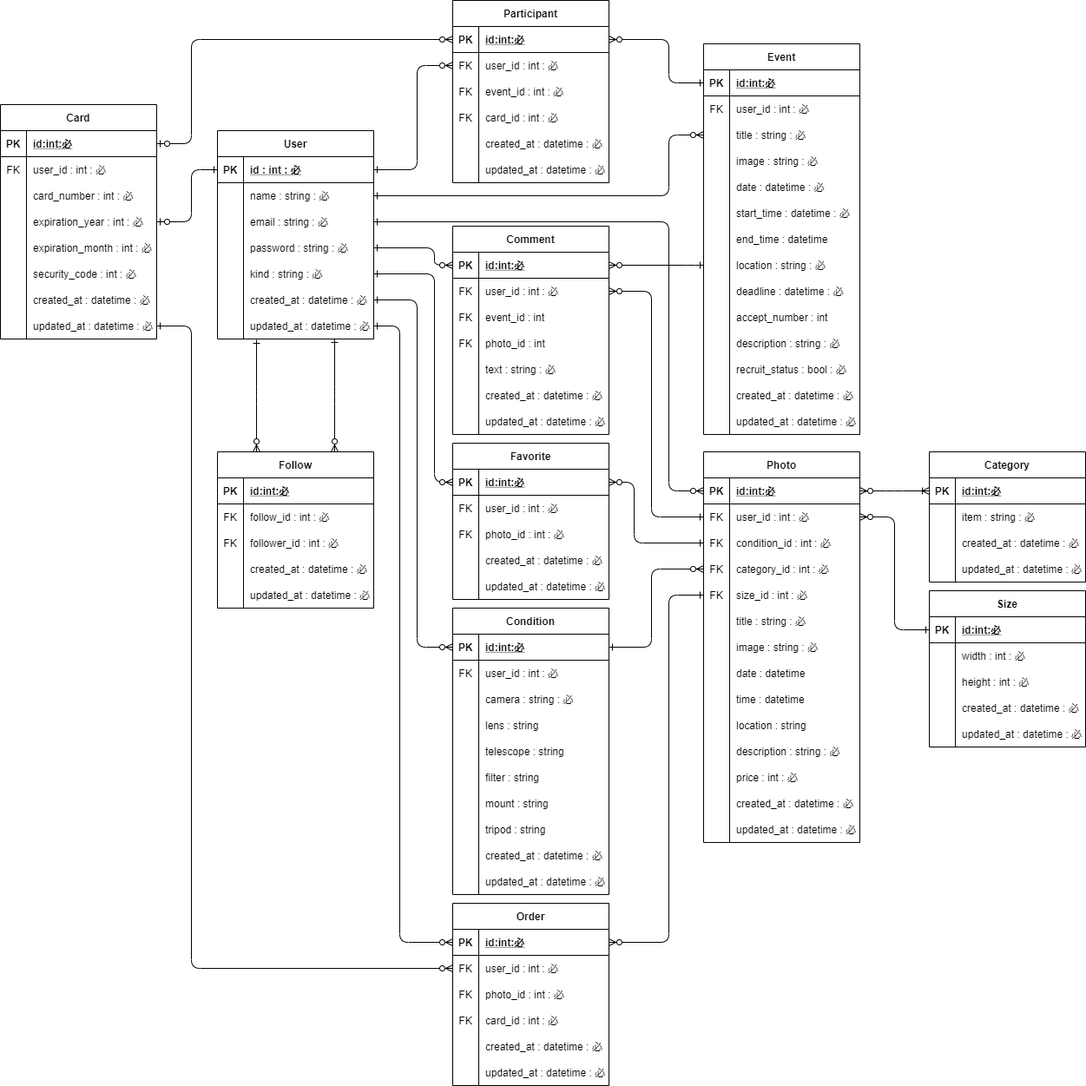
This is outline/ERchart.png from UtaSuzuki/astrogram, a draw.io export, as it was before one commit. Source tidied: cells renumbered, new cells last; positions are measured from the earlier drawing's top-left corner, leaving out a move shared by most shapes.
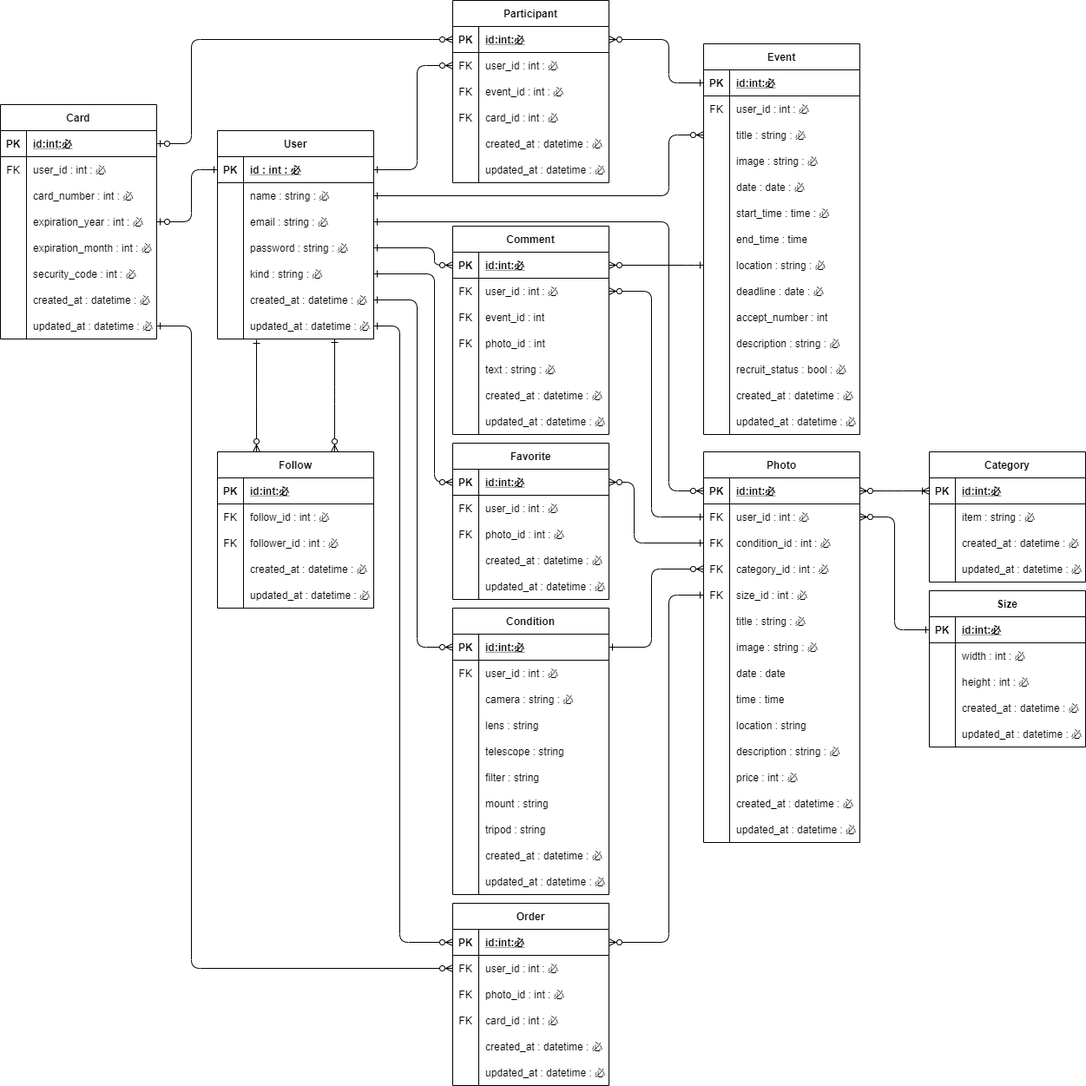
Above is the later version.

What changed in the source:
```diff
@@ -206,7 +206,7 @@
     <mxCell id="69" style="shape=partialRectangle;fillColor=none;top=0;left=0;bottom=0;right=0;overflow=hidden;" parent="68" vertex="1">
       <mxGeometry width="30" height="30" as="geometry" />
     </mxCell>
-    <mxCell id="70" value="date : datetime : 必" style="shape=partialRectangle;fillColor=none;top=0;left=0;bottom=0;right=0;align=left;spacingLeft=6;overflow=hidden;" parent="68" vertex="1">
+    <mxCell id="70" value="date : date : 必" style="shape=partialRectangle;fillColor=none;top=0;left=0;bottom=0;right=0;align=left;spacingLeft=6;overflow=hidden;" parent="68" vertex="1">
       <mxGeometry x="30" width="150" height="30" as="geometry" />
     </mxCell>
     <mxCell id="71" style="shape=partialRectangle;fillColor=none;top=0;left=0;bottom=0;right=0;" parent="55" vertex="1">
@@ -215,7 +215,7 @@
     <mxCell id="72" style="shape=partialRectangle;fillColor=none;top=0;left=0;bottom=0;right=0;overflow=hidden;" parent="71" vertex="1">
       <mxGeometry width="30" height="30" as="geometry" />
     </mxCell>
-    <mxCell id="73" value="start_time : datetime : 必" style="shape=partialRectangle;fillColor=none;top=0;left=0;bottom=0;right=0;align=left;spacingLeft=6;overflow=hidden;" parent="71" vertex="1">
+    <mxCell id="73" value="start_time : time : 必" style="shape=partialRectangle;fillColor=none;top=0;left=0;bottom=0;right=0;align=left;spacingLeft=6;overflow=hidden;" parent="71" vertex="1">
       <mxGeometry x="30" width="150" height="30" as="geometry" />
     </mxCell>
     <mxCell id="74" style="shape=partialRectangle;fillColor=none;top=0;left=0;bottom=0;right=0;" parent="55" vertex="1">
@@ -224,7 +224,7 @@
     <mxCell id="75" style="shape=partialRectangle;fillColor=none;top=0;left=0;bottom=0;right=0;overflow=hidden;" parent="74" vertex="1">
       <mxGeometry width="30" height="30" as="geometry" />
     </mxCell>
-    <mxCell id="76" value="end_time : datetime" style="shape=partialRectangle;fillColor=none;top=0;left=0;bottom=0;right=0;align=left;spacingLeft=6;overflow=hidden;" parent="74" vertex="1">
+    <mxCell id="76" value="end_time : time" style="shape=partialRectangle;fillColor=none;top=0;left=0;bottom=0;right=0;align=left;spacingLeft=6;overflow=hidden;" parent="74" vertex="1">
       <mxGeometry x="30" width="150" height="30" as="geometry" />
     </mxCell>
     <mxCell id="77" style="shape=partialRectangle;fillColor=none;top=0;left=0;bottom=0;right=0;points=[[0,0.5],[1,0.5]];portConstraint=eastwest;" parent="55" vertex="1">
@@ -242,7 +242,7 @@
     <mxCell id="81" style="shape=partialRectangle;fillColor=none;top=0;left=0;bottom=0;right=0;overflow=hidden;" parent="80" vertex="1">
       <mxGeometry width="30" height="30" as="geometry" />
     </mxCell>
-    <mxCell id="82" value="deadline : datetime : 必" style="shape=partialRectangle;fillColor=none;top=0;left=0;bottom=0;right=0;align=left;spacingLeft=6;overflow=hidden;" parent="80" vertex="1">
+    <mxCell id="82" value="deadline : date : 必" style="shape=partialRectangle;fillColor=none;top=0;left=0;bottom=0;right=0;align=left;spacingLeft=6;overflow=hidden;" parent="80" vertex="1">
       <mxGeometry x="30" width="150" height="30" as="geometry" />
     </mxCell>
     <mxCell id="83" style="shape=partialRectangle;fillColor=none;top=0;left=0;bottom=0;right=0;" parent="55" vertex="1">
@@ -525,7 +525,7 @@
     <mxCell id="165" style="shape=partialRectangle;fillColor=none;top=0;left=0;bottom=0;right=0;overflow=hidden;" parent="164" vertex="1">
       <mxGeometry width="30" height="30" as="geometry" />
     </mxCell>
-    <mxCell id="166" value="date : datetime" style="shape=partialRectangle;fillColor=none;top=0;left=0;bottom=0;right=0;align=left;spacingLeft=6;overflow=hidden;" parent="164" vertex="1">
+    <mxCell id="166" value="date : date" style="shape=partialRectangle;fillColor=none;top=0;left=0;bottom=0;right=0;align=left;spacingLeft=6;overflow=hidden;" parent="164" vertex="1">
       <mxGeometry x="30" width="150" height="30" as="geometry" />
     </mxCell>
     <mxCell id="167" style="shape=partialRectangle;fillColor=none;top=0;left=0;bottom=0;right=0;" parent="142" vertex="1">
@@ -534,7 +534,7 @@
     <mxCell id="168" style="shape=partialRectangle;fillColor=none;top=0;left=0;bottom=0;right=0;overflow=hidden;" parent="167" vertex="1">
       <mxGeometry width="30" height="30" as="geometry" />
     </mxCell>
-    <mxCell id="169" value="time : datetime" style="shape=partialRectangle;fillColor=none;top=0;left=0;bottom=0;right=0;align=left;spacingLeft=6;overflow=hidden;" parent="167" vertex="1">
+    <mxCell id="169" value="time : time" style="shape=partialRectangle;fillColor=none;top=0;left=0;bottom=0;right=0;align=left;spacingLeft=6;overflow=hidden;" parent="167" vertex="1">
       <mxGeometry x="30" width="150" height="30" as="geometry" />
     </mxCell>
     <mxCell id="170" style="shape=partialRectangle;fillColor=none;top=0;left=0;bottom=0;right=0;" parent="142" vertex="1">
```
